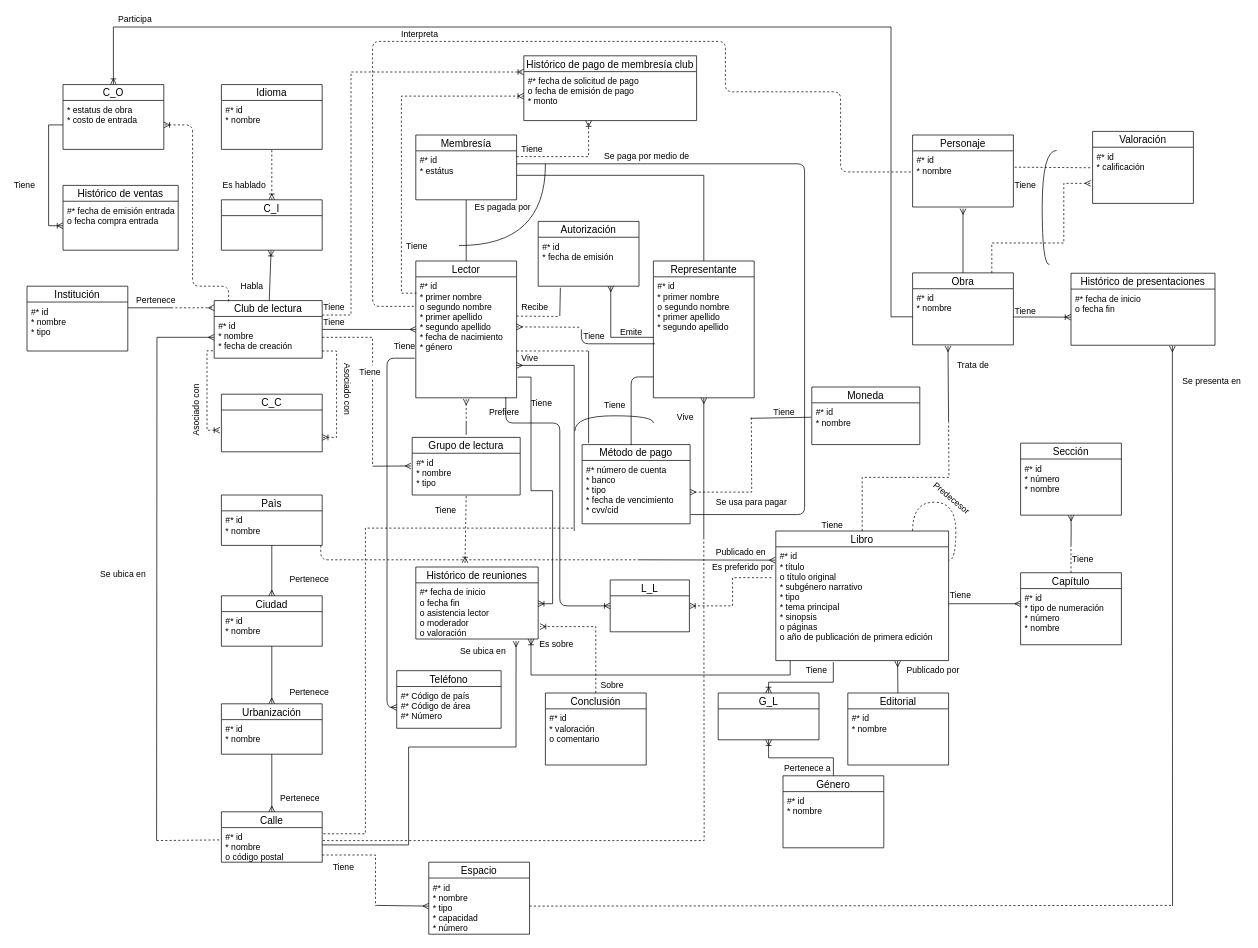
NeutronBlast/IS-Ex keeps this draw.io diagram as DB I/Hopefully this will be the last ER.drawio. Above is the earlier version. Source tidied: cells renumbered, new cells numbered last; positions are measured from the earlier drawing's top-left corner, leaving out a move shared by most shapes. Both pictures are drawn from the tidied source at 72%, with x=0, y=0 at pixel (12, 12).
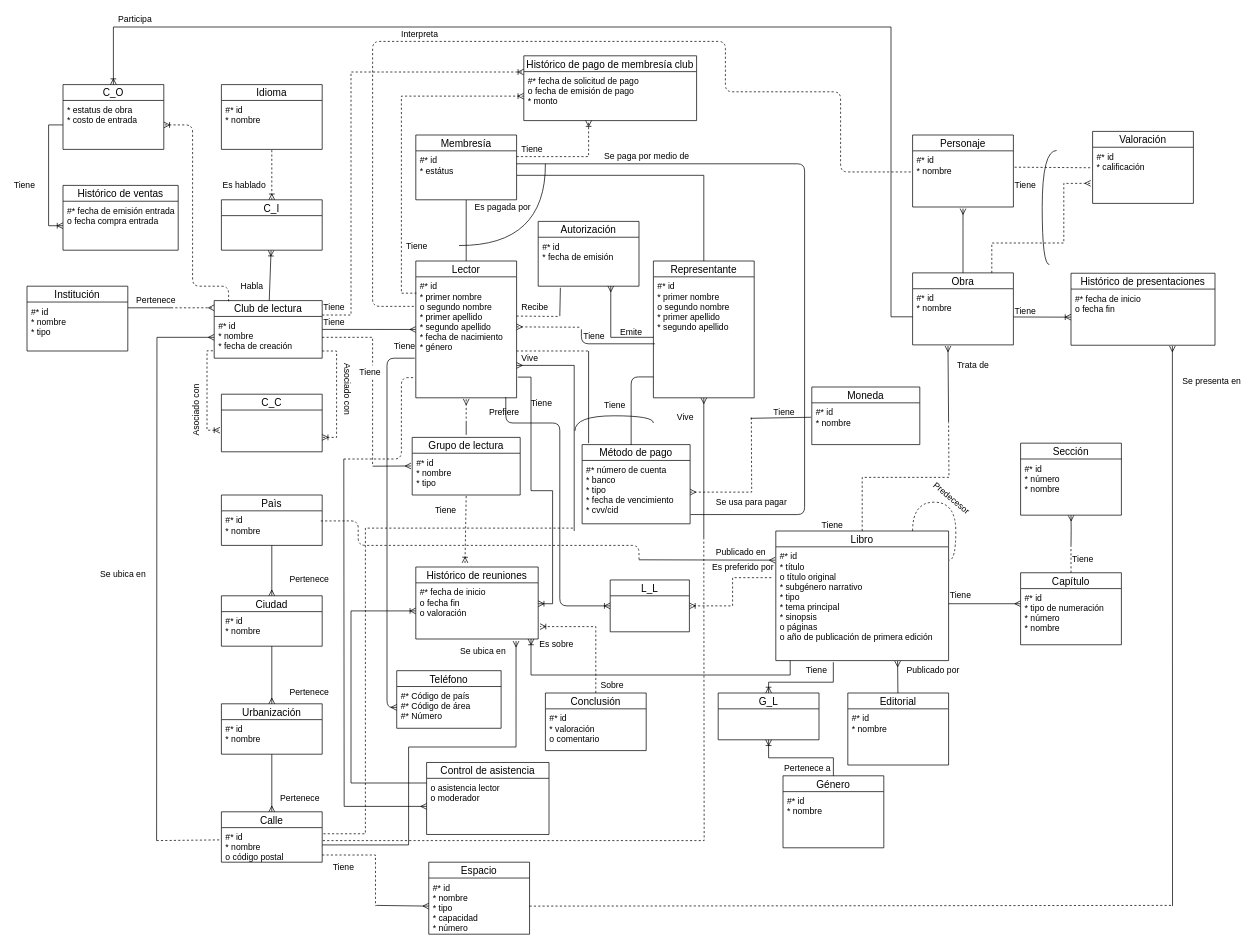
The same page after the edit.

Unchanged cells that the change refers to:
```xml
<mxCell id="8" value="#* id&#10;* nombre" style="text;strokeColor=none;fillColor=none;spacingLeft=4;spacingRight=4;overflow=hidden;points=[[0,0.5],[1,0.5]];portConstraint=eastwest;fontSize=12;" parent="7" vertex="1">
  <mxGeometry y="22" width="140" height="48" as="geometry" />
</mxCell>
<mxCell id="93" value="Histórico de reuniones" style="swimlane;fontStyle=0;horizontal=1;startSize=22;fillColor=none;swimlaneFillColor=#ffffff;align=center;fontSize=14;" parent="1" vertex="1">
  <mxGeometry x="560" y="770" width="170" height="100" as="geometry" />
</mxCell>
```

What changed in the source:
```diff
@@
-    <mxCell id="94" value="#* fecha de inicio&#10;o fecha fin&#10;o asistencia lector&#10;o moderador&#10;o valoración&#10;" style="text;strokeColor=none;fillColor=none;spacingLeft=4;spacingRight=4;overflow=hidden;points=[[0,0.5],[1,0.5]];portConstraint=eastwest;fontSize=12;" parent="93" vertex="1">
+    <mxCell id="94" value="#* fecha de inicio&#10;o fecha fin&#10;o valoración&#10;" style="text;strokeColor=none;fillColor=none;spacingLeft=4;spacingRight=4;overflow=hidden;points=[[0,0.5],[1,0.5]];portConstraint=eastwest;fontSize=12;" parent="93" vertex="1">
       <mxGeometry y="22" width="170" height="78" as="geometry" />
     </mxCell>
@@
     <mxCell id="112" value="Conclusión" style="swimlane;fontStyle=0;horizontal=1;startSize=22;fillColor=none;swimlaneFillColor=#ffffff;align=center;fontSize=14;" parent="1" vertex="1">
-      <mxGeometry x="740" y="945" width="140" height="100" as="geometry" />
+      <mxGeometry x="740" y="945" width="140" height="80" as="geometry" />
     </mxCell>
     <mxCell id="113" value="#* id&#10;* valoración&#10;o comentario&#10;&#10;&#10;" style="text;strokeColor=none;fillColor=none;spacingLeft=4;spacingRight=4;overflow=hidden;fontSize=12;" parent="112" vertex="1">
-      <mxGeometry y="22" width="140" height="78" as="geometry" />
+      <mxGeometry y="22" width="140" height="58" as="geometry" />
     </mxCell>
@@
-    <mxCell id="129" style="endArrow=none;dashed=1;html=1;strokeColor=#000000;edgeStyle=orthogonalEdgeStyle;" parent="1" edge="1">
+    <mxCell id="129" style="endArrow=none;dashed=1;html=1;strokeColor=#000000;edgeStyle=orthogonalEdgeStyle;exitX=0.986;exitY=0.292;exitDx=0;exitDy=0;exitPerimeter=0;" parent="1" edge="1" source="8">
       <mxGeometry relative="1" as="geometry">
-        <mxPoint x="428" y="740" as="sourcePoint" />
         <mxPoint x="870" y="760" as="targetPoint" />
         <Array as="points">
-          <mxPoint x="428" y="760" />
-          <mxPoint x="870" y="760" />
+          <mxPoint x="480" y="706" />
+          <mxPoint x="480" y="740" />
+          <mxPoint x="870" y="740" />
         </Array>
       </mxGeometry>
     </mxCell>
@@
+    <mxCell id="186" value="Control de asistencia" style="swimlane;fontStyle=0;horizontal=1;startSize=22;fillColor=none;swimlaneFillColor=#ffffff;align=center;fontSize=14;" parent="1" vertex="1">
+      <mxGeometry x="575" y="1041.5" width="170" height="100" as="geometry" />
+    </mxCell>
+    <mxCell id="187" value="o asistencia lector&#10;o moderador&#10;" style="text;strokeColor=none;fillColor=none;spacingLeft=4;spacingRight=4;overflow=hidden;points=[[0,0.5],[1,0.5]];portConstraint=eastwest;fontSize=12;" parent="186" vertex="1">
+      <mxGeometry y="22" width="170" height="78" as="geometry" />
+    </mxCell>
+    <mxCell id="188" style="edgeStyle=orthogonalEdgeStyle;rounded=0;jettySize=auto;html=1;entryX=0;entryY=0.5;entryDx=0;entryDy=0;endArrow=ERoneToMany;endFill=0;" parent="1" edge="1" source="187" target="94">
+      <mxGeometry relative="1" as="geometry">
+        <Array as="points">
+          <mxPoint x="470" y="1070" />
+          <mxPoint x="470" y="831" />
+        </Array>
+      </mxGeometry>
+    </mxCell>
+    <mxCell id="189" style="endArrow=none;html=1;edgeStyle=orthogonalEdgeStyle;dashed=1;" parent="1" edge="1">
+      <mxGeometry relative="1" as="geometry">
+        <mxPoint x="460" y="620" as="sourcePoint" />
+        <mxPoint x="558" y="507" as="targetPoint" />
+        <Array as="points">
+          <mxPoint x="540" y="620" />
+          <mxPoint x="540" y="507" />
+        </Array>
+      </mxGeometry>
+    </mxCell>
+    <mxCell id="190" style="edgeStyle=orthogonalEdgeStyle;rounded=0;jettySize=auto;html=1;endArrow=none;endFill=0;startArrow=ERmany;startFill=0;" parent="1" edge="1" source="187">
+      <mxGeometry relative="1" as="geometry">
+        <mxPoint x="460" y="620" as="targetPoint" />
+      </mxGeometry>
+    </mxCell>
```
